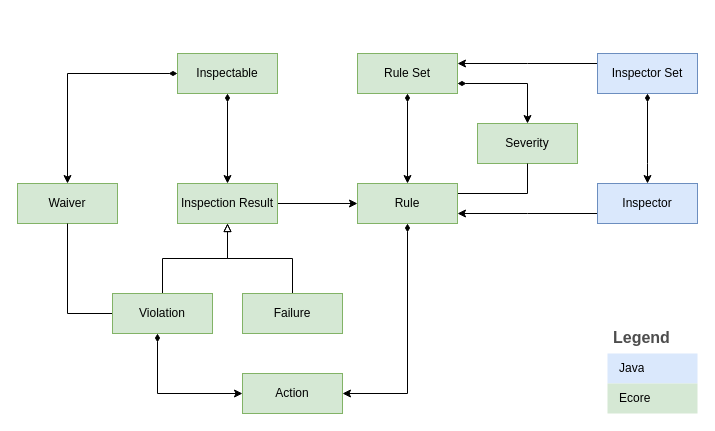
Above: processors/src/main/resources/org/nasdanika/models/rules/processors/ecore/rules.drawio in Nasdanika-Models/rules (draw.io), before the change. Source tidied: cells renumbered, new cells numbered last; positions are measured from the earlier drawing's top-left corner, leaving out a move shared by most shapes. Both pictures are drawn from the tidied source at 100%, with x=0, y=0 at pixel (17, 53).
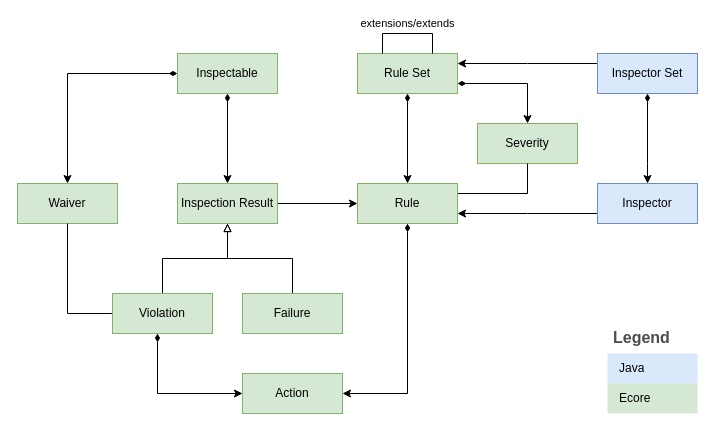
The same page after the edit.

Commit message (it also covers changes not shown here):
Rules work in progress...

Unchanged cells that the change refers to:
```xml
<mxCell id="17" value="Rule Set" style="rounded=0;whiteSpace=wrap;html=1;fillColor=#d5e8d4;strokeColor=#82b366;" parent="1" vertex="1">
  <mxGeometry x="340" width="100" height="40" as="geometry" />
</mxCell>
```

Change to the diagram source:
```diff
@@
+    <mxCell id="32" value="extensions/extends" style="edgeStyle=orthogonalEdgeStyle;rounded=0;orthogonalLoop=1;jettySize=auto;html=1;endArrow=none;endFill=0;entryX=0.25;entryY=0;entryDx=0;entryDy=0;exitX=0.75;exitY=0;exitDx=0;exitDy=0;" parent="1" edge="1" source="17" target="17">
+      <mxGeometry y="-10" relative="1" as="geometry">
+        <Array as="points">
+          <mxPoint x="415" y="-20" />
+          <mxPoint x="365" y="-20" />
+        </Array>
+      </mxGeometry>
+    </mxCell>
```
